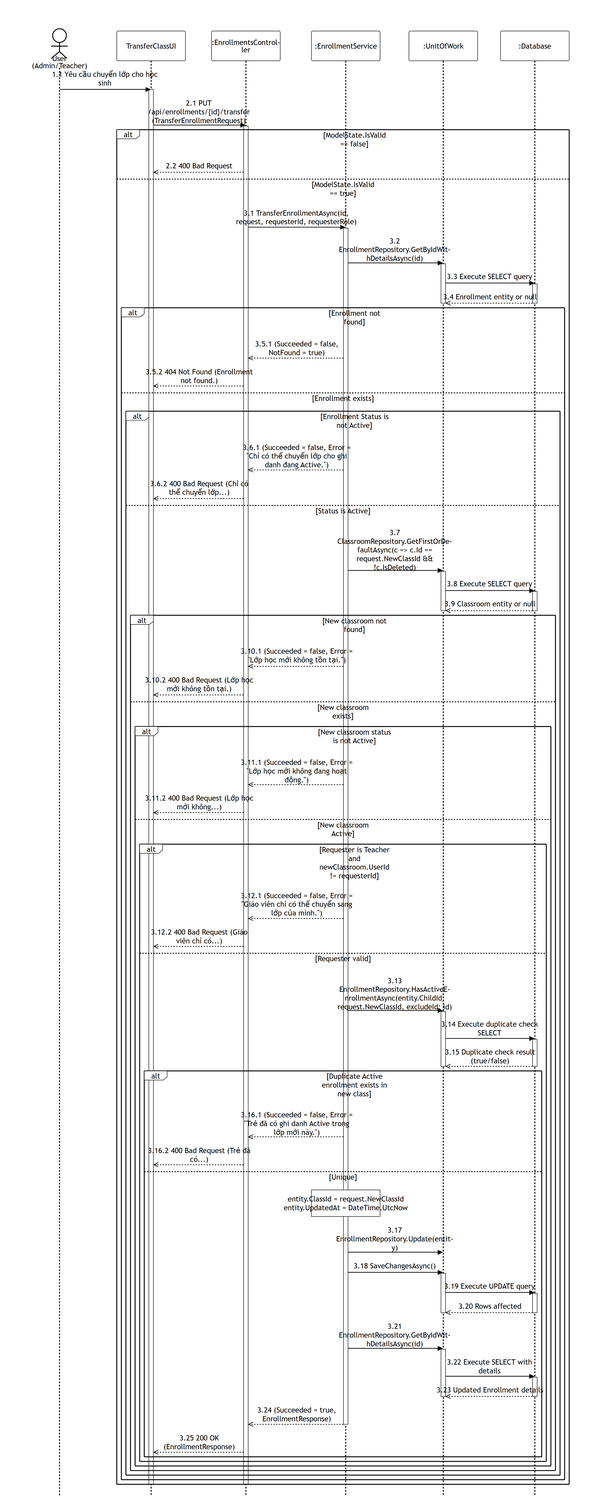
Above: 06-child-profile-enrollment/images/apis/transfer-class.png in PhucAnDev/docx-diagram (Mermaid), before the change. Its source is kept beside it as 06-child-profile-enrollment/sequence-diagram/apis/transfer-class.mmd.
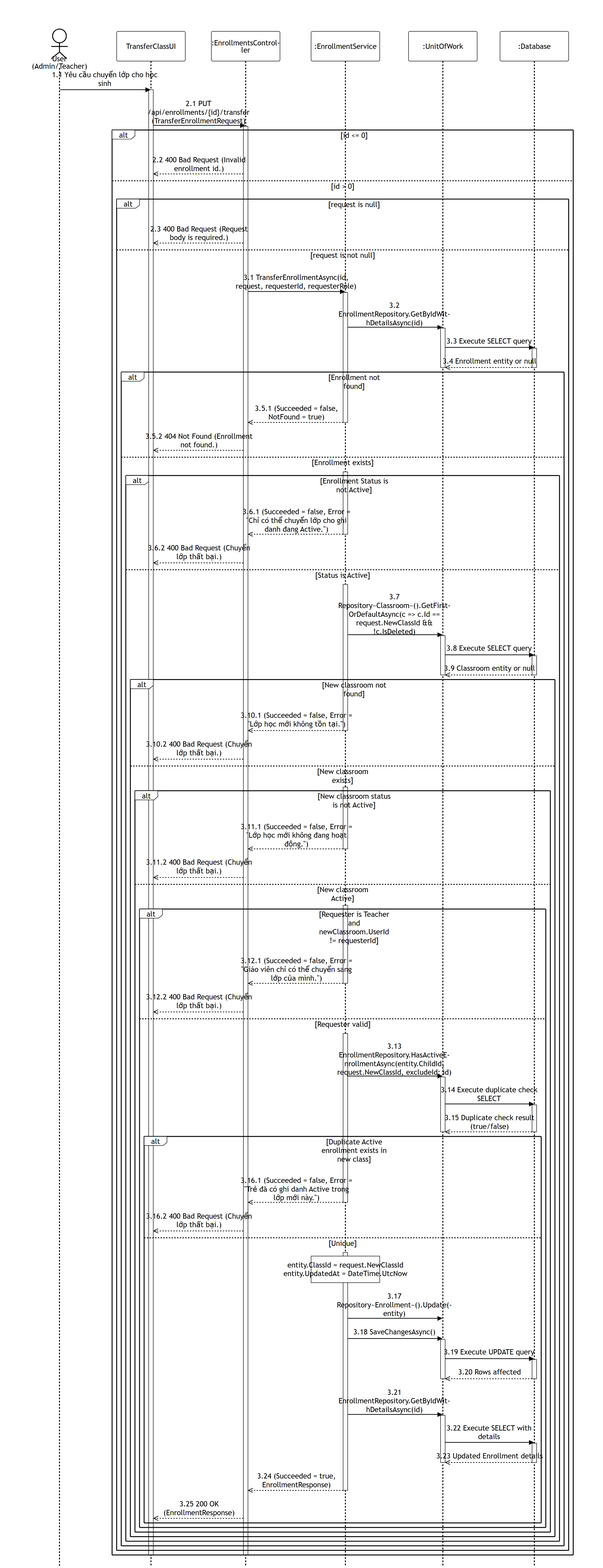
The same diagram one commit later.

Commit message:
fix: update create-enrollment.mmd, update-enrollment.mmd, and transfer-class.mmd with correct repository calls, validations, error messages, and activations

Diff of the diagram source:
```diff
@@ -13,82 +13,98 @@
     UI->>Endpoint: 2.1 PUT /api/enrollments/{id}/transfer (TransferEnrollmentRequest)
     activate Endpoint
 
-    alt ModelState.IsValid == false
-        Endpoint-->>UI: 2.2 400 Bad Request
-    else ModelState.IsValid == true
-        Endpoint->>Service: 3.1 TransferEnrollmentAsync(id, request, requesterId, requesterRole)
-        activate Service
+    alt id <= 0
+        Endpoint-->>UI: 2.2 400 Bad Request (Invalid enrollment id.)
+    else id > 0
+        alt request is null
+            Endpoint-->>UI: 2.3 400 Bad Request (Request body is required.)
+        else request is not null
+            Endpoint->>Service: 3.1 TransferEnrollmentAsync(id, request, requesterId, requesterRole)
+            activate Service
 
-        Service->>DB: 3.2 EnrollmentRepository.GetByIdWithDetailsAsync(id)
-        activate DB
-        DB->>Database: 3.3 Execute SELECT query
-        activate Database
-        Database-->>DB: 3.4 Enrollment entity or null
-        deactivate Database
-        deactivate DB
+            Service->>DB: 3.2 EnrollmentRepository.GetByIdWithDetailsAsync(id)
+            activate DB
+            DB->>Database: 3.3 Execute SELECT query
+            activate Database
+            Database-->>DB: 3.4 Enrollment entity or null
+            deactivate Database
+            deactivate DB
 
-        alt Enrollment not found
-            Service-->>Endpoint: 3.5.1 (Succeeded = false, NotFound = true)
-            Endpoint-->>UI: 3.5.2 404 Not Found (Enrollment not found.)
-        else Enrollment exists
-            alt Enrollment Status is not Active
-                Service-->>Endpoint: 3.6.1 (Succeeded = false, Error = "Chỉ có thể chuyển lớp cho ghi danh đang Active.")
-                Endpoint-->>UI: 3.6.2 400 Bad Request (Chỉ có thể chuyển lớp...)
-            else Status is Active
-                Service->>DB: 3.7 ClassroomRepository.GetFirstOrDefaultAsync(c => c.Id == request.NewClassId && !c.IsDeleted)
-                activate DB
-                DB->>Database: 3.8 Execute SELECT query
-                activate Database
-                Database-->>DB: 3.9 Classroom entity or null
-                deactivate Database
-                deactivate DB
+            alt Enrollment not found
+                Service-->>Endpoint: 3.5.1 (Succeeded = false, NotFound = true)
+                deactivate Service
+                Endpoint-->>UI: 3.5.2 404 Not Found (Enrollment not found.)
+            else Enrollment exists
+                activate Service
+                alt Enrollment Status is not Active
+                    Service-->>Endpoint: 3.6.1 (Succeeded = false, Error = "Chỉ có thể chuyển lớp cho ghi danh đang Active.")
+                    deactivate Service
+                    Endpoint-->>UI: 3.6.2 400 Bad Request (Chuyển lớp thất bại.)
+                else Status is Active
+                    activate Service
+                    Service->>DB: 3.7 Repository~Classroom~().GetFirstOrDefaultAsync(c => c.Id == request.NewClassId && !c.IsDeleted)
+                    activate DB
+                    DB->>Database: 3.8 Execute SELECT query
+                    activate Database
+                    Database-->>DB: 3.9 Classroom entity or null
+                    deactivate Database
+                    deactivate DB
 
-                alt New classroom not found
-                    Service-->>Endpoint: 3.10.1 (Succeeded = false, Error = "Lớp học mới không tồn tại.")
-                    Endpoint-->>UI: 3.10.2 400 Bad Request (Lớp học mới không tồn tại.)
-                else New classroom exists
-                    alt New classroom status is not Active
-                        Service-->>Endpoint: 3.11.1 (Succeeded = false, Error = "Lớp học mới không đang hoạt động.")
-                        Endpoint-->>UI: 3.11.2 400 Bad Request (Lớp học mới không...)
-                    else New classroom Active
-                        alt Requester is Teacher and newClassroom.UserId != requesterId
-                            Service-->>Endpoint: 3.12.1 (Succeeded = false, Error = "Giáo viên chỉ có thể chuyển sang lớp của mình.")
-                            Endpoint-->>UI: 3.12.2 400 Bad Request (Giáo viên chỉ có...)
-                        else Requester valid
-                            Service->>DB: 3.13 EnrollmentRepository.HasActiveEnrollmentAsync(entity.ChildId, request.NewClassId, excludeId: id)
-                            activate DB
-                            DB->>Database: 3.14 Execute duplicate check SELECT
-                            activate Database
-                            Database-->>DB: 3.15 Duplicate check result (true/false)
-                            deactivate Database
-                            deactivate DB
-
-                            alt Duplicate Active enrollment exists in new class
-                                Service-->>Endpoint: 3.16.1 (Succeeded = false, Error = "Trẻ đã có ghi danh Active trong lớp mới này.")
-                                Endpoint-->>UI: 3.16.2 400 Bad Request (Trẻ đã có...)
-                            else Unique
-                                note over Service: entity.ClassId = request.NewClassId<br/>entity.UpdatedAt = DateTime.UtcNow
-
-                                Service->>DB: 3.17 EnrollmentRepository.Update(entity)
-                                Service->>DB: 3.18 SaveChangesAsync()
+                    alt New classroom not found
+                        Service-->>Endpoint: 3.10.1 (Succeeded = false, Error = "Lớp học mới không tồn tại.")
+                        deactivate Service
+                        Endpoint-->>UI: 3.10.2 400 Bad Request (Chuyển lớp thất bại.)
+                    else New classroom exists
+                        activate Service
+                        alt New classroom status is not Active
+                            Service-->>Endpoint: 3.11.1 (Succeeded = false, Error = "Lớp học mới không đang hoạt động.")
+                            deactivate Service
+                            Endpoint-->>UI: 3.11.2 400 Bad Request (Chuyển lớp thất bại.)
+                        else New classroom Active
+                            activate Service
+                            alt Requester is Teacher and newClassroom.UserId != requesterId
+                                Service-->>Endpoint: 3.12.1 (Succeeded = false, Error = "Giáo viên chỉ có thể chuyển sang lớp của mình.")
+                                deactivate Service
+                                Endpoint-->>UI: 3.12.2 400 Bad Request (Chuyển lớp thất bại.)
+                            else Requester valid
+                                activate Service
+                                Service->>DB: 3.13 EnrollmentRepository.HasActiveEnrollmentAsync(entity.ChildId, request.NewClassId, excludeId: id)
                                 activate DB
-                                DB->>Database: 3.19 Execute UPDATE query
+                                DB->>Database: 3.14 Execute duplicate check SELECT
                                 activate Database
-                                Database-->>DB: 3.20 Rows affected
+                                Database-->>DB: 3.15 Duplicate check result (true/false)
                                 deactivate Database
                                 deactivate DB
 
-                                Service->>DB: 3.21 EnrollmentRepository.GetByIdWithDetailsAsync(id)
-                                activate DB
-                                DB->>Database: 3.22 Execute SELECT with details
-                                activate Database
-                                Database-->>DB: 3.23 Updated Enrollment details
-                                deactivate Database
-                                deactivate DB
+                                alt Duplicate Active enrollment exists in new class
+                                    Service-->>Endpoint: 3.16.1 (Succeeded = false, Error = "Trẻ đã có ghi danh Active trong lớp mới này.")
+                                    deactivate Service
+                                    Endpoint-->>UI: 3.16.2 400 Bad Request (Chuyển lớp thất bại.)
+                                else Unique
+                                    activate Service
+                                    note over Service: entity.ClassId = request.NewClassId<br/>entity.UpdatedAt = DateTime.UtcNow
 
-                                Service-->>Endpoint: 3.24 (Succeeded = true, EnrollmentResponse)
-                                deactivate Service
-                                Endpoint-->>UI: 3.25 200 OK (EnrollmentResponse)
+                                    Service->>DB: 3.17 Repository~Enrollment~().Update(entity)
+                                    Service->>DB: 3.18 SaveChangesAsync()
+                                    activate DB
+                                    DB->>Database: 3.19 Execute UPDATE query
+                                    activate Database
+                                    Database-->>DB: 3.20 Rows affected
+                                    deactivate Database
+                                    deactivate DB
+
+                                    Service->>DB: 3.21 EnrollmentRepository.GetByIdWithDetailsAsync(id)
+                                    activate DB
+                                    DB->>Database: 3.22 Execute SELECT with details
+                                    activate Database
+                                    Database-->>DB: 3.23 Updated Enrollment details
+                                    deactivate Database
+                                    deactivate DB
+
+                                    Service-->>Endpoint: 3.24 (Succeeded = true, EnrollmentResponse)
+                                    deactivate Service
+                                    Endpoint-->>UI: 3.25 200 OK (EnrollmentResponse)
+                                end
                             end
                         end
                     end
```
